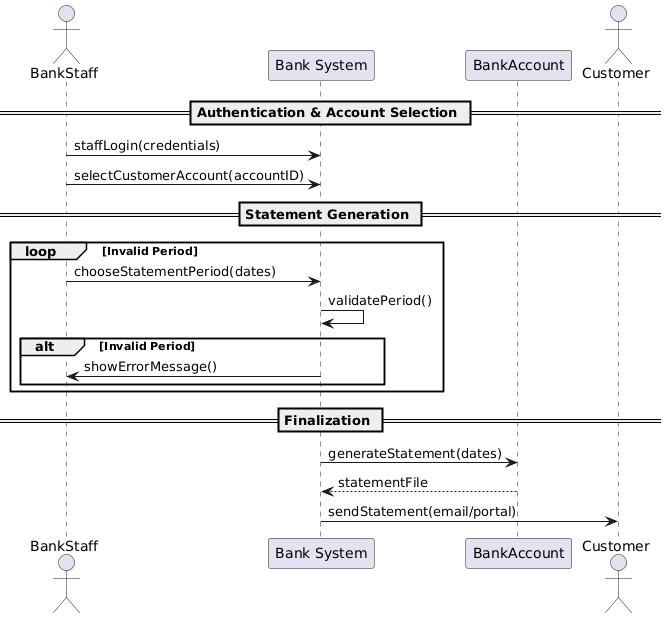
Earlier version of the PlantUML export Diagrams/Sequence Diagrams/SC_CS_06.png (erindkotobelli12/BankManagementSystem).
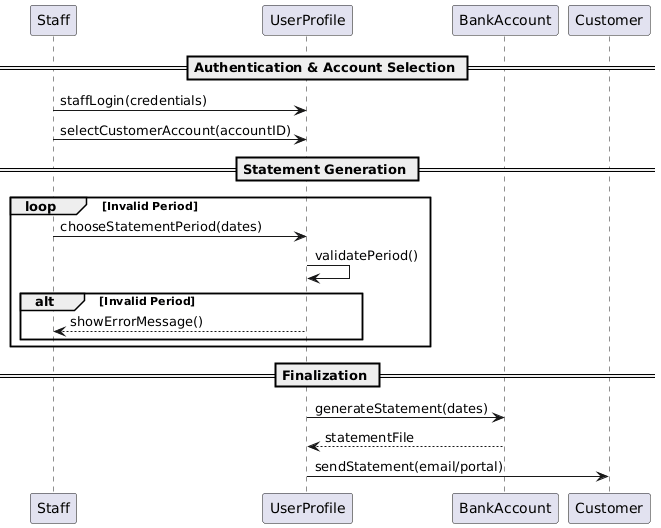
Later version of the same file.

Change to the diagram source:
```diff
@@ -1,25 +1,24 @@
 @startuml
-actor BankStaff
-participant "Bank System" as Portal
-participant "BankAccount" as Account
-actor Customer
+participant Staff
+participant UserProfile
+participant BankAccount
+participant Customer
 
 == Authentication & Account Selection ==
-BankStaff -> Portal : staffLogin(credentials)
-BankStaff -> Portal : selectCustomerAccount(accountID)
+Staff -> UserProfile : staffLogin(credentials)
+Staff -> UserProfile : selectCustomerAccount(accountID)
 
 == Statement Generation ==
 loop Invalid Period
-    BankStaff -> Portal : chooseStatementPeriod(dates)
-    Portal -> Portal : validatePeriod()
-
+    Staff -> UserProfile : chooseStatementPeriod(dates)
+    UserProfile -> UserProfile : validatePeriod()
     alt Invalid Period
-        Portal -> BankStaff : showErrorMessage()
+        UserProfile --> Staff : showErrorMessage()
     end
 end
 
 == Finalization ==
-Portal -> Account : generateStatement(dates)
-Account --> Portal : statementFile
-Portal -> Customer : sendStatement(email/portal)
+UserProfile -> BankAccount : generateStatement(dates)
+BankAccount --> UserProfile : statementFile
+UserProfile -> Customer : sendStatement(email/portal)
 @enduml
```
